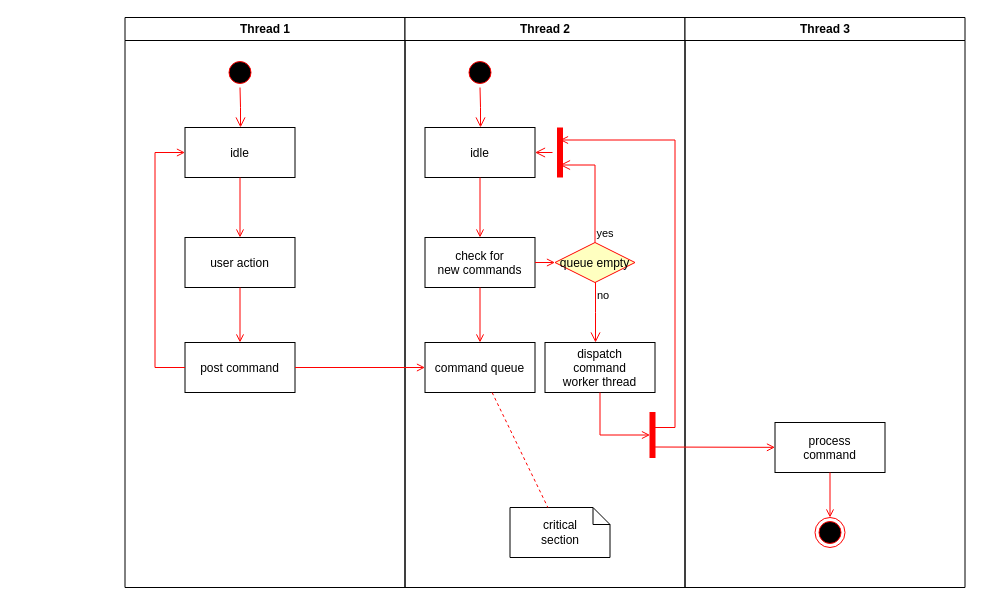
xike007/picture-bed keeps this draw.io diagram as diagrams/leapmotor/未命名绘图.drawio. Above is the earlier version. Source tidied: cells renumbered, new cells numbered last; positions are measured from the earlier drawing's top-left corner, leaving out a move shared by most shapes. Both pictures are drawn from the tidied source at 100%, with x=0, y=0 at pixel (124, 17).
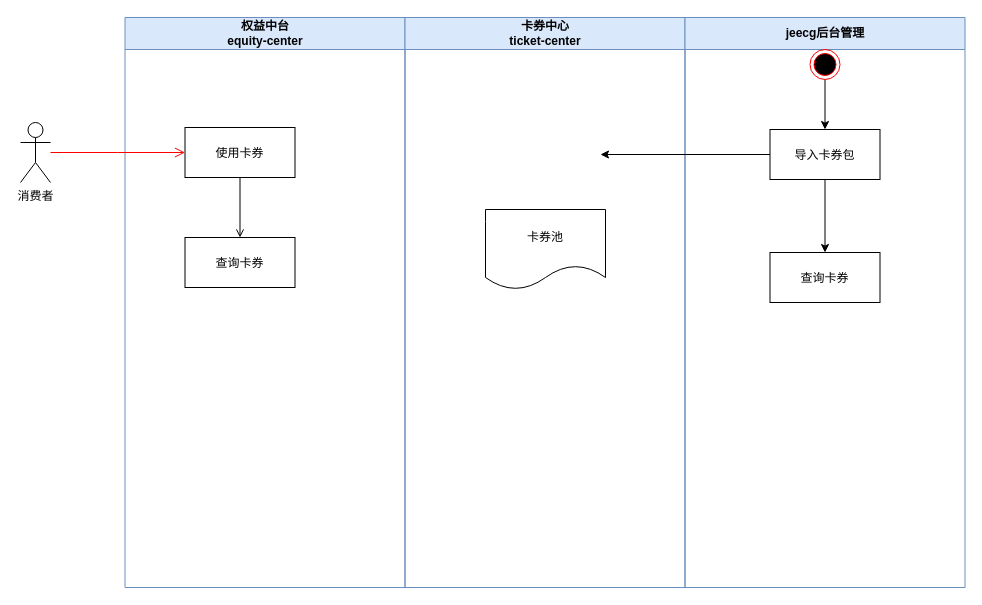
The same page after the edit.

What changed in the source:
```diff
@@
-    <mxCell id="2" value="Thread 1" style="swimlane;whiteSpace=wrap;" parent="1" vertex="1">
+    <mxCell id="2" value="权益中台&#10;equity-center" style="swimlane;whiteSpace=wrap;fillColor=#dae8fc;strokeColor=#6c8ebf;startSize=32;" parent="1" vertex="1">
       <mxGeometry x="0.5" width="280" height="570" as="geometry" />
     </mxCell>
-    <mxCell id="3" style="ellipse;shape=startState;fillColor=#000000;strokeColor=#ff0000;" parent="2" vertex="1">
-      <mxGeometry x="100" y="40" width="30" height="30" as="geometry" />
-    </mxCell>
-    <mxCell id="4" style="edgeStyle=elbowEdgeStyle;elbow=horizontal;verticalAlign=bottom;endArrow=open;endSize=8;strokeColor=#FF0000;endFill=1;rounded=0;" parent="2" edge="1" source="3" target="5">
-      <mxGeometry x="100" y="40" as="geometry" />
-    </mxCell>
-    <mxCell id="5" value="idle" parent="2" vertex="1">
+    <mxCell id="5" value="使用卡券" parent="2" vertex="1">
       <mxGeometry x="60" y="110" width="110" height="50" as="geometry" />
     </mxCell>
-    <mxCell id="6" value="user action" parent="2" vertex="1">
+    <mxCell id="6" value="查询卡券" parent="2" vertex="1">
       <mxGeometry x="60" y="220" width="110" height="50" as="geometry" />
     </mxCell>
-    <mxCell id="7" style="endArrow=open;strokeColor=#FF0000;endFill=1;rounded=0;" parent="2" edge="1" source="5" target="6">
+    <mxCell id="7" style="endArrow=open;strokeColor=#000000;endFill=1;rounded=0;" parent="2" edge="1" source="5" target="6">
       <mxGeometry relative="1" as="geometry" />
     </mxCell>
-    <mxCell id="8" value="post command" parent="2" vertex="1">
-      <mxGeometry x="60" y="325" width="110" height="50" as="geometry" />
-    </mxCell>
-    <mxCell id="9" style="endArrow=open;strokeColor=#FF0000;endFill=1;rounded=0;" parent="2" edge="1" source="6" target="8">
-      <mxGeometry relative="1" as="geometry" />
-    </mxCell>
-    <mxCell id="10" style="edgeStyle=elbowEdgeStyle;elbow=horizontal;strokeColor=#FF0000;endArrow=open;endFill=1;rounded=0;" parent="2" edge="1" source="8" target="5">
-      <mxGeometry relative="1" as="geometry">
-        <Array as="points">
-          <mxPoint x="30" y="250" />
-        </Array>
-      </mxGeometry>
-    </mxCell>
-    <mxCell id="11" value="Thread 2" style="swimlane;whiteSpace=wrap;" parent="1" vertex="1">
+    <mxCell id="11" value="卡券中心&#10;ticket-center" style="swimlane;whiteSpace=wrap;fillColor=#dae8fc;strokeColor=#6c8ebf;startSize=32;" parent="1" vertex="1">
       <mxGeometry x="280.5" width="280" height="570" as="geometry" />
     </mxCell>
-    <mxCell id="12" style="ellipse;shape=startState;fillColor=#000000;strokeColor=#ff0000;" parent="11" vertex="1">
-      <mxGeometry x="60" y="40" width="30" height="30" as="geometry" />
-    </mxCell>
-    <mxCell id="13" style="edgeStyle=elbowEdgeStyle;elbow=horizontal;verticalAlign=bottom;endArrow=open;endSize=8;strokeColor=#FF0000;endFill=1;rounded=0;" parent="11" edge="1" source="12" target="14">
-      <mxGeometry x="40" y="20" as="geometry" />
-    </mxCell>
-    <mxCell id="14" value="idle" parent="11" vertex="1">
-      <mxGeometry x="20" y="110" width="110" height="50" as="geometry" />
-    </mxCell>
-    <mxCell id="15" value="check for &#10;new commands" parent="11" vertex="1">
-      <mxGeometry x="20" y="220" width="110" height="50" as="geometry" />
-    </mxCell>
-    <mxCell id="16" style="endArrow=open;strokeColor=#FF0000;endFill=1;rounded=0;" parent="11" edge="1" source="14" target="15">
-      <mxGeometry relative="1" as="geometry" />
-    </mxCell>
-    <mxCell id="17" value="command queue" parent="11" vertex="1">
-      <mxGeometry x="20" y="325" width="110" height="50" as="geometry" />
-    </mxCell>
-    <mxCell id="18" style="endArrow=open;strokeColor=#FF0000;endFill=1;rounded=0;" parent="11" edge="1" source="15" target="17">
-      <mxGeometry relative="1" as="geometry" />
-    </mxCell>
-    <mxCell id="19" value="queue empty" style="rhombus;fillColor=#ffffc0;strokeColor=#ff0000;" parent="11" vertex="1">
-      <mxGeometry x="150" y="225" width="80" height="40" as="geometry" />
-    </mxCell>
-    <mxCell id="20" value="yes" style="edgeStyle=elbowEdgeStyle;elbow=horizontal;align=left;verticalAlign=bottom;endArrow=open;endSize=8;strokeColor=#FF0000;exitX=0.5;exitY=0;endFill=1;rounded=0;entryX=0.75;entryY=0.5;entryPerimeter=0;" parent="11" edge="1" source="19" target="23">
-      <mxGeometry x="-1" relative="1" as="geometry">
-        <Array as="points">
-          <mxPoint x="190" y="180" />
-        </Array>
-      </mxGeometry>
-    </mxCell>
-    <mxCell id="21" value="no" style="edgeStyle=elbowEdgeStyle;elbow=horizontal;align=left;verticalAlign=top;endArrow=open;endSize=8;strokeColor=#FF0000;endFill=1;rounded=0;" parent="11" edge="1" source="19" target="25">
-      <mxGeometry x="-1" relative="1" as="geometry" />
-    </mxCell>
-    <mxCell id="22" style="endArrow=open;strokeColor=#FF0000;endFill=1;rounded=0;" parent="11" edge="1" source="15" target="19">
-      <mxGeometry relative="1" as="geometry" />
-    </mxCell>
-    <mxCell id="23" style="shape=line;strokeWidth=6;strokeColor=#ff0000;rotation=90;" parent="11" vertex="1">
-      <mxGeometry x="130" y="127.5" width="50" height="15" as="geometry" />
-    </mxCell>
-    <mxCell id="24" style="edgeStyle=elbowEdgeStyle;elbow=horizontal;verticalAlign=bottom;endArrow=open;endSize=8;strokeColor=#FF0000;endFill=1;rounded=0;" parent="11" edge="1" source="23" target="14">
-      <mxGeometry x="130" y="90" as="geometry" />
-    </mxCell>
-    <mxCell id="25" value="dispatch&#10;command&#10;worker thread" parent="11" vertex="1">
-      <mxGeometry x="140" y="325" width="110" height="50" as="geometry" />
-    </mxCell>
-    <mxCell id="26" value="critical&#10;section" style="shape=note;whiteSpace=wrap;size=17;" parent="11" vertex="1">
-      <mxGeometry x="105" y="490" width="100" height="50" as="geometry" />
-    </mxCell>
-    <mxCell id="27" style="endArrow=none;strokeColor=#FF0000;endFill=0;rounded=0;dashed=1;" parent="11" edge="1" source="17" target="26">
-      <mxGeometry relative="1" as="geometry" />
-    </mxCell>
-    <mxCell id="28" style="whiteSpace=wrap;strokeColor=#FF0000;fillColor=#FF0000;" parent="11" vertex="1">
-      <mxGeometry x="245" y="395" width="5" height="45" as="geometry" />
-    </mxCell>
-    <mxCell id="29" style="edgeStyle=elbowEdgeStyle;elbow=horizontal;entryX=0;entryY=0.5;strokeColor=#FF0000;endArrow=open;endFill=1;rounded=0;" parent="11" edge="1" source="25" target="28">
-      <mxGeometry relative="1" as="geometry">
-        <Array as="points">
-          <mxPoint x="195" y="400" />
-        </Array>
-      </mxGeometry>
-    </mxCell>
+    <mxCell id="37" value="卡券池" style="shape=document;whiteSpace=wrap;html=1;boundedLbl=1;" parent="11" vertex="1">
+      <mxGeometry x="80.5" y="192" width="120" height="80" as="geometry" />
+    </mxCell>
-    <mxCell id="30" value="Thread 3" style="swimlane;whiteSpace=wrap;" parent="1" vertex="1">
+    <mxCell id="30" value="jeecg后台管理" style="swimlane;whiteSpace=wrap;fillColor=#dae8fc;strokeColor=#6c8ebf;startSize=32;" parent="1" vertex="1">
       <mxGeometry x="560.5" width="280" height="570" as="geometry" />
     </mxCell>
+    <mxCell id="38" style="edgeStyle=orthogonalEdgeStyle;rounded=0;jettySize=auto;html=1;entryX=0.5;entryY=0;entryDx=0;entryDy=0;" parent="30" edge="1" source="31" target="40">
+      <mxGeometry relative="1" as="geometry" />
+    </mxCell>
-    <mxCell id="31" value="process&#10;command" parent="30" vertex="1">
-      <mxGeometry x="90" y="405" width="110" height="50" as="geometry" />
+    <mxCell id="31" value="导入卡券包" parent="30" vertex="1">
+      <mxGeometry x="85" y="112" width="110" height="50" as="geometry" />
     </mxCell>
-    <mxCell id="32" style="edgeStyle=elbowEdgeStyle;elbow=horizontal;strokeColor=#FF0000;endArrow=open;endFill=1;rounded=0;entryX=0.25;entryY=0.5;entryPerimeter=0;" parent="30" edge="1" target="23">
-      <mxGeometry relative="1" as="geometry">
-        <mxPoint x="-30" y="410" as="sourcePoint" />
-        <Array as="points">
-          <mxPoint x="-10" y="135" />
-        </Array>
-      </mxGeometry>
-    </mxCell>
-    <mxCell id="33" style="edgeStyle=none;strokeColor=#FF0000;endArrow=open;endFill=1;rounded=0;" parent="30" edge="1" target="31">
-      <mxGeometry relative="1" as="geometry">
-        <mxPoint x="-30" y="429.5" as="sourcePoint" />
-      </mxGeometry>
-    </mxCell>
+    <mxCell id="39" style="edgeStyle=orthogonalEdgeStyle;rounded=0;jettySize=auto;html=1;" parent="30" edge="1" source="34" target="31">
+      <mxGeometry relative="1" as="geometry" />
+    </mxCell>
     <mxCell id="34" style="ellipse;shape=endState;fillColor=#000000;strokeColor=#ff0000;" parent="30" vertex="1">
-      <mxGeometry x="130" y="500" width="30" height="30" as="geometry" />
+      <mxGeometry x="125" y="32" width="30" height="30" as="geometry" />
     </mxCell>
-    <mxCell id="35" style="endArrow=open;strokeColor=#FF0000;endFill=1;rounded=0;" parent="30" edge="1" source="31" target="34">
-      <mxGeometry relative="1" as="geometry" />
-    </mxCell>
-    <mxCell id="36" style="endArrow=open;strokeColor=#FF0000;endFill=1;rounded=0;" parent="1" edge="1" source="8" target="17">
-      <mxGeometry relative="1" as="geometry" />
-    </mxCell>
+    <mxCell id="40" value="查询卡券" parent="30" vertex="1">
+      <mxGeometry x="85" y="235" width="110" height="50" as="geometry" />
+    </mxCell>
+    <mxCell id="4" style="edgeStyle=elbowEdgeStyle;elbow=horizontal;verticalAlign=bottom;endArrow=open;endSize=8;strokeColor=#FF0000;endFill=1;rounded=0;" parent="1" edge="1" source="41" target="5">
+      <mxGeometry x="264.5" y="168" as="geometry" />
+    </mxCell>
+    <mxCell id="41" value="消费者" style="shape=umlActor;verticalLabelPosition=bottom;verticalAlign=top;html=1;outlineConnect=0;" parent="1" vertex="1">
+      <mxGeometry x="-104" y="105" width="30" height="60" as="geometry" />
+    </mxCell>
+    <mxCell id="42" style="edgeStyle=orthogonalEdgeStyle;rounded=0;jettySize=auto;html=1;entryX=1;entryY=0.5;entryDx=0;entryDy=0;" parent="1" edge="1" source="31">
+      <mxGeometry relative="1" as="geometry">
+        <mxPoint x="476" y="137" as="targetPoint" />
+      </mxGeometry>
+    </mxCell>
```
